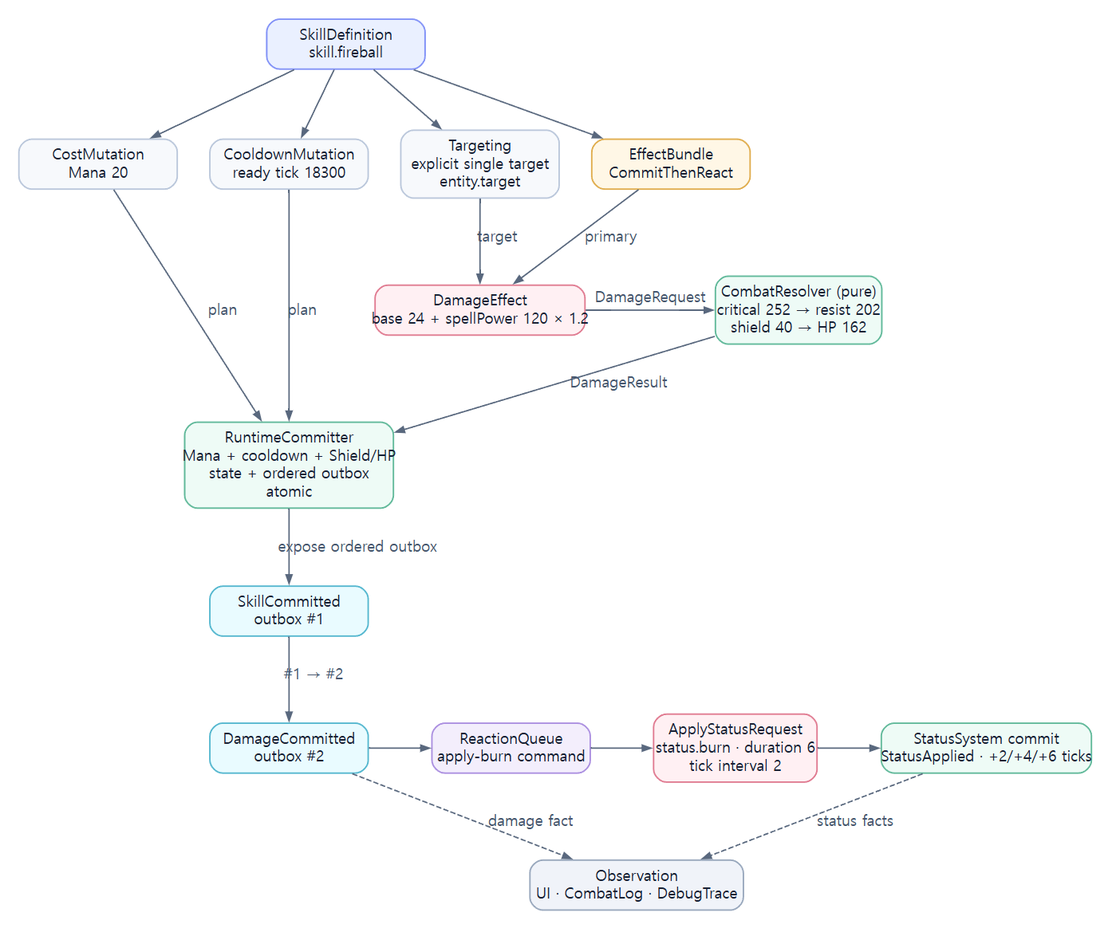
Before: assets/diagrams/15_fireball_effect_integration_diagram.png, a diagram exported from Graphviz (JY-LemongO/game-system-framework-knowledge-site). Its source is kept beside it as source/diagrams/15_fireball_effect_integration_diagram.dot.
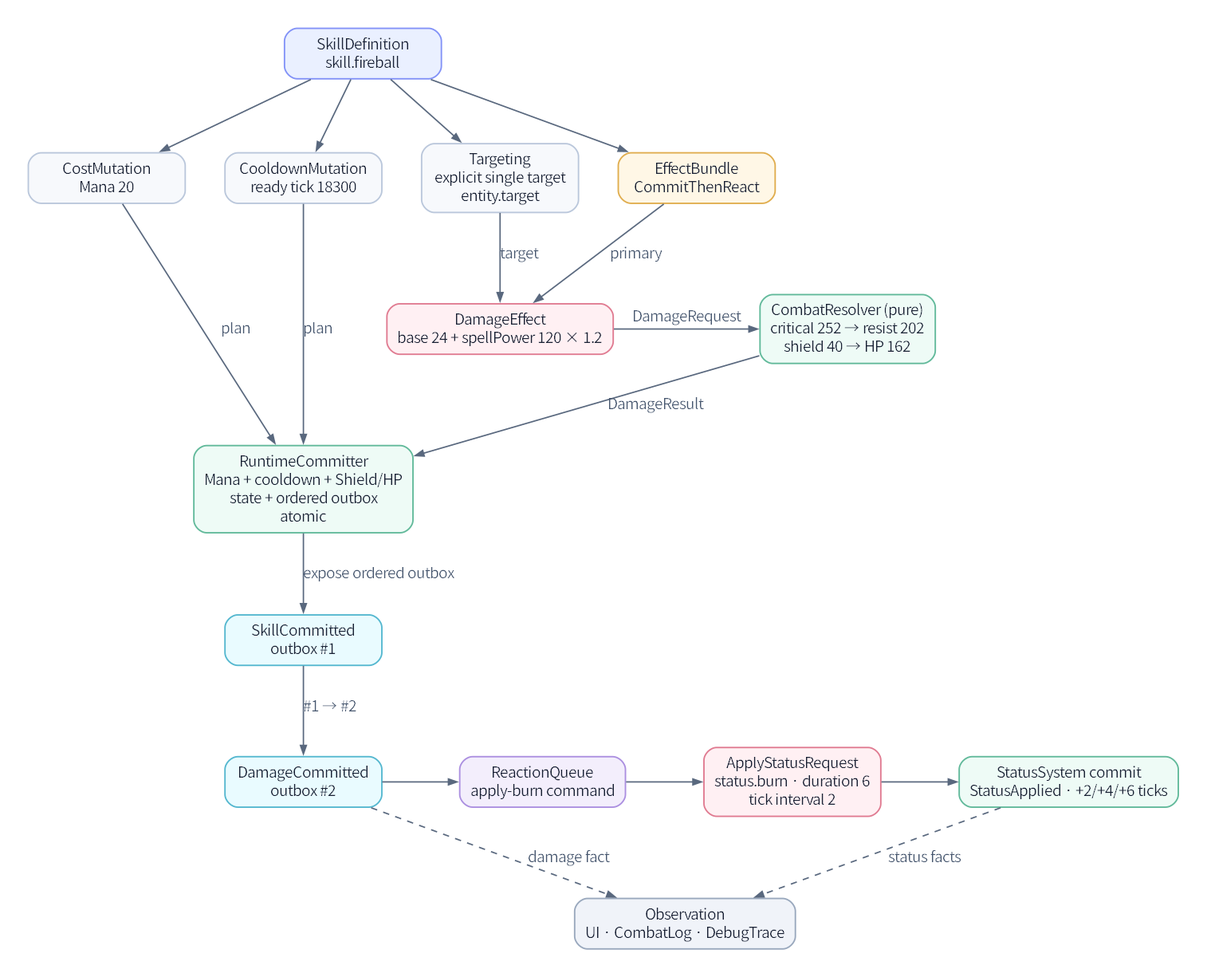
Above is the later version.

Diff of the diagram source:
```diff
@@ -1,7 +1,7 @@
 digraph G {
-  graph [fontname="Noto Sans CJK KR", bgcolor="#ffffff", margin=0.12, pad=0.25, ranksep=0.78, nodesep=0.42, newrank=true, ordering=out];
-  node [fontname="Noto Sans CJK KR", shape=box, style="rounded,filled", color="#bac7db", penwidth=1.4, fillcolor="#ffffff", fontcolor="#182033", margin="0.14,0.09"];
-  edge [fontname="Noto Sans CJK KR", color="#59687e", fontcolor="#46566e", arrowsize=0.8, penwidth=1.3];
+  graph [fontname="Noto Sans KR", bgcolor="#ffffff", margin=0.12, pad=0.25, ranksep=0.82, nodesep=0.52, newrank=true, ordering=out];
+  node [fontname="Noto Sans KR", shape=box, style="rounded,filled", color="#bac7db", penwidth=1.4, fillcolor="#ffffff", fontcolor="#182033", margin="0.14,0.09"];
+  edge [fontname="Noto Sans KR", color="#59687e", fontcolor="#46566e", arrowsize=0.8, penwidth=1.3];
   rankdir=TB;
   splines=polyline;
   node [shape=box, style="rounded,filled", width=2.05, height=0.52];
```
